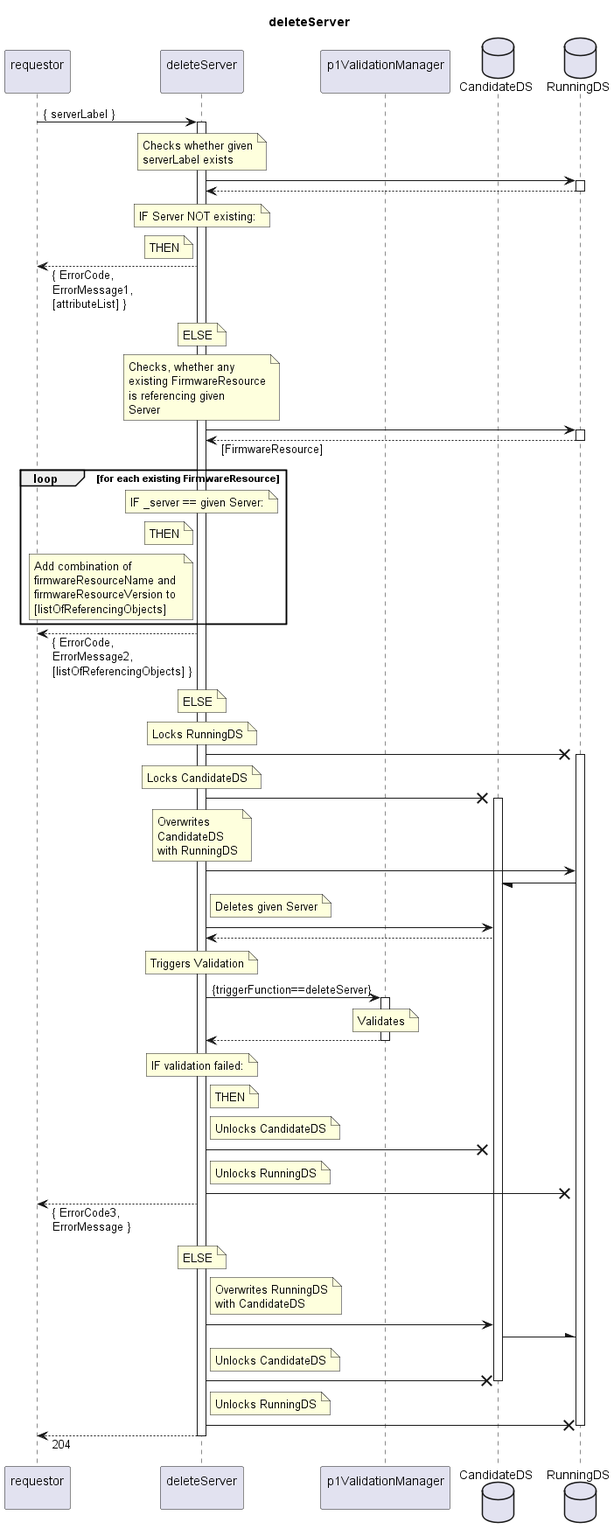
openBackhaul/FirmWareManager keeps this PlantUML diagram as spec/Services/deleteServer/1.0.0/deleteServer.png. Above is the earlier version.
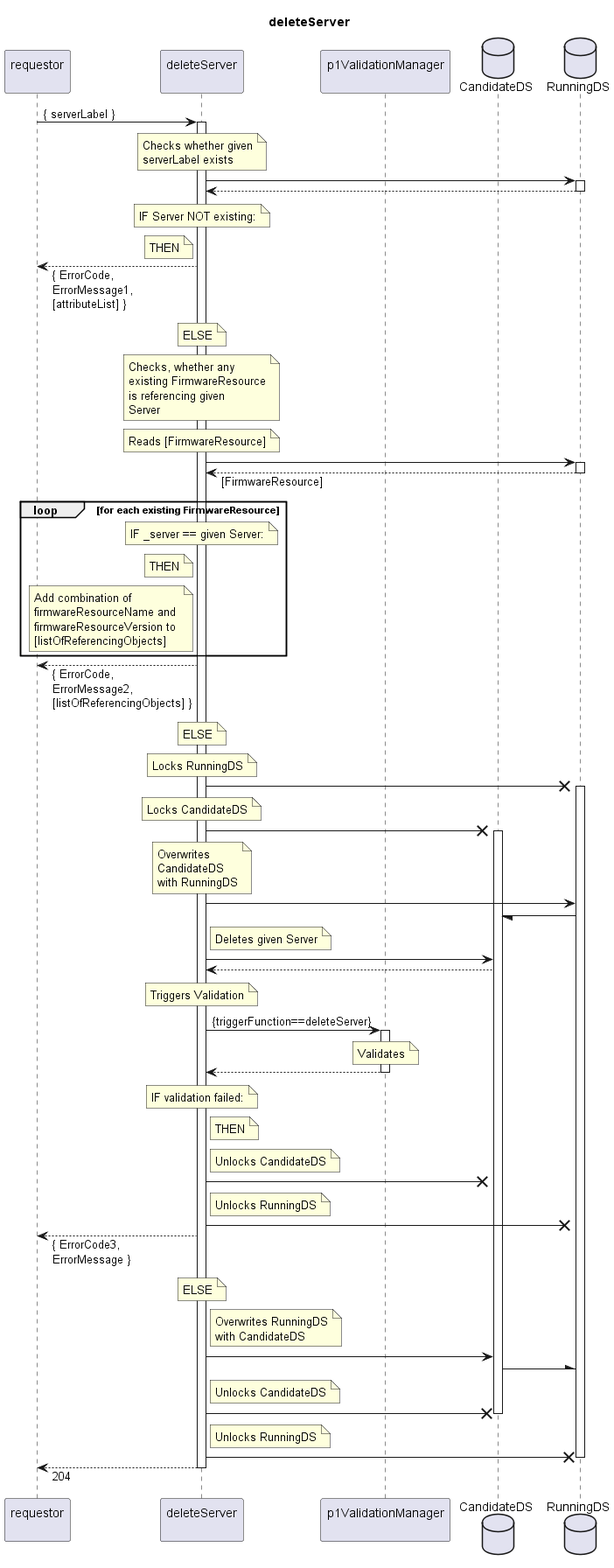
After the commit.

Diff of the diagram source:
```diff
@@ -38,6 +38,9 @@
     existing FirmwareResource
     is referencing given
     Server
+  end note
+  note over indServ
+    Reads [FirmwareResource]
   end note
   indServ -> RunDS
   activate RunDS
```
